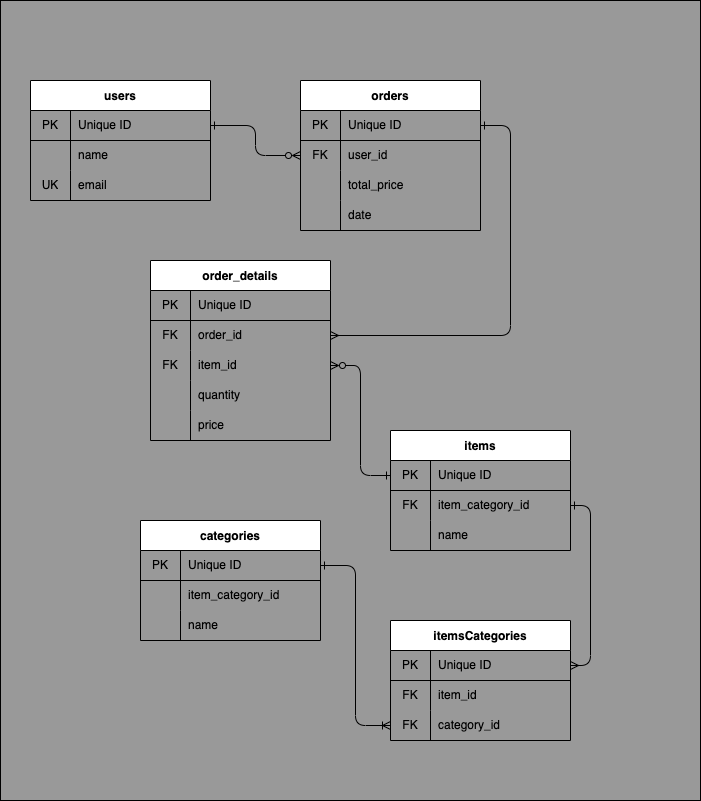
kiyotakeshi/NPlus1Sample keeps this draw.io diagram as docs/er.drawio.png. Above is the earlier version. Source tidied: cells renumbered, new cells last; positions are measured from the earlier drawing's top-left corner, leaving out a move shared by most shapes. The source it was exported from:
```xml
<mxGraphModel>
  <root>
    <mxCell id="0" />
    <mxCell id="1" parent="0" />
    <mxCell id="2" style="rounded=0;whiteSpace=wrap;html=1;fillColor=#999999;" parent="1" vertex="1">
      <mxGeometry width="700" height="800" as="geometry" />
    </mxCell>
    <mxCell id="3" value="users" style="shape=table;startSize=30;rowLines=0;fontStyle=1;align=center;" parent="1" vertex="1">
      <mxGeometry x="30" y="80" width="180" height="120" as="geometry" />
    </mxCell>
    <mxCell id="4" style="shape=partialRectangle;html=1;whiteSpace=wrap;fillColor=none;top=0;left=0;bottom=1;right=0;points=[[0,0.5],[1,0.5]];portConstraint=eastwest;" parent="3" vertex="1">
      <mxGeometry y="30" width="180" height="30" as="geometry" />
    </mxCell>
    <mxCell id="5" value="PK" style="shape=partialRectangle;html=1;whiteSpace=wrap;fillColor=none;top=0;left=0;bottom=0;right=0;overflow=hidden;" parent="4" vertex="1">
      <mxGeometry width="40" height="30" as="geometry" />
    </mxCell>
    <mxCell id="6" value="Unique ID" style="shape=partialRectangle;html=1;whiteSpace=wrap;fillColor=none;top=0;left=0;bottom=0;right=0;align=left;spacingLeft=6;overflow=hidden;" parent="4" vertex="1">
      <mxGeometry x="40" width="140" height="30" as="geometry" />
    </mxCell>
    <mxCell id="7" style="shape=partialRectangle;html=1;whiteSpace=wrap;fillColor=none;top=0;left=0;bottom=0;right=0;" parent="3" vertex="1">
      <mxGeometry y="60" width="180" height="30" as="geometry" />
    </mxCell>
    <mxCell id="8" style="shape=partialRectangle;html=1;whiteSpace=wrap;fillColor=none;top=0;left=0;bottom=0;right=0;overflow=hidden;" parent="7" vertex="1">
      <mxGeometry width="40" height="30" as="geometry" />
    </mxCell>
    <mxCell id="9" value="name" style="shape=partialRectangle;html=1;whiteSpace=wrap;fillColor=none;top=0;left=0;bottom=0;right=0;align=left;spacingLeft=6;overflow=hidden;" parent="7" vertex="1">
      <mxGeometry x="40" width="140" height="30" as="geometry" />
    </mxCell>
    <mxCell id="10" style="shape=partialRectangle;html=1;whiteSpace=wrap;fillColor=none;top=0;left=0;bottom=0;right=0;" parent="3" vertex="1">
      <mxGeometry y="90" width="180" height="30" as="geometry" />
    </mxCell>
    <mxCell id="11" value="UK" style="shape=partialRectangle;html=1;whiteSpace=wrap;fillColor=none;top=0;left=0;bottom=0;right=0;overflow=hidden;" parent="10" vertex="1">
      <mxGeometry width="40" height="30" as="geometry" />
    </mxCell>
    <mxCell id="12" value="email" style="shape=partialRectangle;html=1;whiteSpace=wrap;fillColor=none;top=0;left=0;bottom=0;right=0;align=left;spacingLeft=6;overflow=hidden;" parent="10" vertex="1">
      <mxGeometry x="40" width="140" height="30" as="geometry" />
    </mxCell>
    <mxCell id="13" value="orders" style="shape=table;startSize=30;rowLines=0;fontStyle=1;align=center;" parent="1" vertex="1">
      <mxGeometry x="300" y="80" width="180" height="150" as="geometry" />
    </mxCell>
    <mxCell id="14" style="shape=partialRectangle;html=1;whiteSpace=wrap;fillColor=none;top=0;left=0;bottom=1;right=0;points=[[0,0.5],[1,0.5]];portConstraint=eastwest;" parent="13" vertex="1">
      <mxGeometry y="30" width="180" height="30" as="geometry" />
    </mxCell>
    <mxCell id="15" value="PK" style="shape=partialRectangle;html=1;whiteSpace=wrap;fillColor=none;top=0;left=0;bottom=0;right=0;overflow=hidden;" parent="14" vertex="1">
      <mxGeometry width="40" height="30" as="geometry" />
    </mxCell>
    <mxCell id="16" value="Unique ID" style="shape=partialRectangle;html=1;whiteSpace=wrap;fillColor=none;top=0;left=0;bottom=0;right=0;align=left;spacingLeft=6;overflow=hidden;" parent="14" vertex="1">
      <mxGeometry x="40" width="140" height="30" as="geometry" />
    </mxCell>
    <mxCell id="17" style="shape=partialRectangle;html=1;whiteSpace=wrap;fillColor=none;top=0;left=0;bottom=0;right=0;points=[[0,0.5],[1,0.5]];portConstraint=eastwest;" parent="13" vertex="1">
      <mxGeometry y="60" width="180" height="30" as="geometry" />
    </mxCell>
    <mxCell id="18" value="FK" style="shape=partialRectangle;html=1;whiteSpace=wrap;fillColor=none;top=0;left=0;bottom=0;right=0;overflow=hidden;" parent="17" vertex="1">
      <mxGeometry width="40" height="30" as="geometry" />
    </mxCell>
    <mxCell id="19" value="user_id" style="shape=partialRectangle;html=1;whiteSpace=wrap;fillColor=none;top=0;left=0;bottom=0;right=0;align=left;spacingLeft=6;overflow=hidden;" parent="17" vertex="1">
      <mxGeometry x="40" width="140" height="30" as="geometry" />
    </mxCell>
    <mxCell id="20" style="shape=partialRectangle;html=1;whiteSpace=wrap;fillColor=none;top=0;left=0;bottom=0;right=0;" parent="13" vertex="1">
      <mxGeometry y="90" width="180" height="30" as="geometry" />
    </mxCell>
    <mxCell id="21" style="shape=partialRectangle;html=1;whiteSpace=wrap;fillColor=none;top=0;left=0;bottom=0;right=0;overflow=hidden;" parent="20" vertex="1">
      <mxGeometry width="40" height="30" as="geometry" />
    </mxCell>
    <mxCell id="22" value="total_price" style="shape=partialRectangle;html=1;whiteSpace=wrap;fillColor=none;top=0;left=0;bottom=0;right=0;align=left;spacingLeft=6;overflow=hidden;" parent="20" vertex="1">
      <mxGeometry x="40" width="140" height="30" as="geometry" />
    </mxCell>
    <mxCell id="23" style="shape=partialRectangle;html=1;whiteSpace=wrap;fillColor=none;top=0;left=0;bottom=0;right=0;" parent="13" vertex="1">
      <mxGeometry y="120" width="180" height="30" as="geometry" />
    </mxCell>
    <mxCell id="24" style="shape=partialRectangle;html=1;whiteSpace=wrap;fillColor=none;top=0;left=0;bottom=0;right=0;overflow=hidden;" parent="23" vertex="1">
      <mxGeometry width="40" height="30" as="geometry" />
    </mxCell>
    <mxCell id="25" value="date" style="shape=partialRectangle;html=1;whiteSpace=wrap;fillColor=none;top=0;left=0;bottom=0;right=0;align=left;spacingLeft=6;overflow=hidden;" parent="23" vertex="1">
      <mxGeometry x="40" width="140" height="30" as="geometry" />
    </mxCell>
    <mxCell id="26" value="order_details" style="shape=table;startSize=30;rowLines=0;fontStyle=1;align=center;" parent="1" vertex="1">
      <mxGeometry x="150" y="260" width="180" height="180" as="geometry" />
    </mxCell>
    <mxCell id="27" style="shape=partialRectangle;html=1;whiteSpace=wrap;fillColor=none;top=0;left=0;bottom=1;right=0;" parent="26" vertex="1">
      <mxGeometry y="30" width="180" height="30" as="geometry" />
    </mxCell>
    <mxCell id="28" value="PK" style="shape=partialRectangle;html=1;whiteSpace=wrap;fillColor=none;top=0;left=0;bottom=0;right=0;overflow=hidden;" parent="27" vertex="1">
      <mxGeometry width="40" height="30" as="geometry" />
    </mxCell>
    <mxCell id="29" value="Unique ID" style="shape=partialRectangle;html=1;whiteSpace=wrap;fillColor=none;top=0;left=0;bottom=0;right=0;align=left;spacingLeft=6;overflow=hidden;" parent="27" vertex="1">
      <mxGeometry x="40" width="140" height="30" as="geometry" />
    </mxCell>
    <mxCell id="30" style="shape=partialRectangle;html=1;whiteSpace=wrap;fillColor=none;top=0;left=0;bottom=0;right=0;points=[[0,0.5],[1,0.5]];portConstraint=eastwest;" parent="26" vertex="1">
      <mxGeometry y="60" width="180" height="30" as="geometry" />
    </mxCell>
    <mxCell id="31" value="FK" style="shape=partialRectangle;html=1;whiteSpace=wrap;fillColor=none;top=0;left=0;bottom=0;right=0;overflow=hidden;" parent="30" vertex="1">
      <mxGeometry width="40" height="30" as="geometry" />
    </mxCell>
    <mxCell id="32" value="order_id" style="shape=partialRectangle;html=1;whiteSpace=wrap;fillColor=none;top=0;left=0;bottom=0;right=0;align=left;spacingLeft=6;overflow=hidden;" parent="30" vertex="1">
      <mxGeometry x="40" width="140" height="30" as="geometry" />
    </mxCell>
    <mxCell id="33" style="shape=partialRectangle;html=1;whiteSpace=wrap;fillColor=none;top=0;left=0;bottom=0;right=0;points=[[0,0.5],[1,0.5]];portConstraint=eastwest;" parent="26" vertex="1">
      <mxGeometry y="90" width="180" height="30" as="geometry" />
    </mxCell>
    <mxCell id="34" value="FK" style="shape=partialRectangle;html=1;whiteSpace=wrap;fillColor=none;top=0;left=0;bottom=0;right=0;overflow=hidden;" parent="33" vertex="1">
      <mxGeometry width="40" height="30" as="geometry" />
    </mxCell>
    <mxCell id="35" value="item_id" style="shape=partialRectangle;html=1;whiteSpace=wrap;fillColor=none;top=0;left=0;bottom=0;right=0;align=left;spacingLeft=6;overflow=hidden;" parent="33" vertex="1">
      <mxGeometry x="40" width="140" height="30" as="geometry" />
    </mxCell>
    <mxCell id="36" style="shape=partialRectangle;html=1;whiteSpace=wrap;fillColor=none;top=0;left=0;bottom=0;right=0;" parent="26" vertex="1">
      <mxGeometry y="120" width="180" height="30" as="geometry" />
    </mxCell>
    <mxCell id="37" style="shape=partialRectangle;html=1;whiteSpace=wrap;fillColor=none;top=0;left=0;bottom=0;right=0;overflow=hidden;" parent="36" vertex="1">
      <mxGeometry width="40" height="30" as="geometry" />
    </mxCell>
    <mxCell id="38" value="quantity" style="shape=partialRectangle;html=1;whiteSpace=wrap;fillColor=none;top=0;left=0;bottom=0;right=0;align=left;spacingLeft=6;overflow=hidden;" parent="36" vertex="1">
      <mxGeometry x="40" width="140" height="30" as="geometry" />
    </mxCell>
    <mxCell id="39" style="shape=partialRectangle;html=1;whiteSpace=wrap;fillColor=none;top=0;left=0;bottom=0;right=0;" parent="26" vertex="1">
      <mxGeometry y="150" width="180" height="30" as="geometry" />
    </mxCell>
    <mxCell id="40" style="shape=partialRectangle;html=1;whiteSpace=wrap;fillColor=none;top=0;left=0;bottom=0;right=0;overflow=hidden;" parent="39" vertex="1">
      <mxGeometry width="40" height="30" as="geometry" />
    </mxCell>
    <mxCell id="41" value="price" style="shape=partialRectangle;html=1;whiteSpace=wrap;fillColor=none;top=0;left=0;bottom=0;right=0;align=left;spacingLeft=6;overflow=hidden;" parent="39" vertex="1">
      <mxGeometry x="40" width="140" height="30" as="geometry" />
    </mxCell>
    <mxCell id="42" value="items" style="shape=table;startSize=30;rowLines=0;fontStyle=1;align=center;" parent="1" vertex="1">
      <mxGeometry x="390" y="430" width="180" height="120" as="geometry" />
    </mxCell>
    <mxCell id="43" style="shape=partialRectangle;html=1;whiteSpace=wrap;fillColor=none;top=0;left=0;bottom=1;right=0;points=[[0,0.5],[1,0.5]];portConstraint=eastwest;" parent="42" vertex="1">
      <mxGeometry y="30" width="180" height="30" as="geometry" />
    </mxCell>
    <mxCell id="44" value="PK" style="shape=partialRectangle;html=1;whiteSpace=wrap;fillColor=none;top=0;left=0;bottom=0;right=0;overflow=hidden;" parent="43" vertex="1">
      <mxGeometry width="40" height="30" as="geometry" />
    </mxCell>
    <mxCell id="45" value="Unique ID" style="shape=partialRectangle;html=1;whiteSpace=wrap;fillColor=none;top=0;left=0;bottom=0;right=0;align=left;spacingLeft=6;overflow=hidden;" parent="43" vertex="1">
      <mxGeometry x="40" width="140" height="30" as="geometry" />
    </mxCell>
    <mxCell id="46" style="shape=partialRectangle;html=1;whiteSpace=wrap;fillColor=none;top=0;left=0;bottom=0;right=0;points=[[0,0.5],[1,0.5]];portConstraint=eastwest;" parent="42" vertex="1">
      <mxGeometry y="60" width="180" height="30" as="geometry" />
    </mxCell>
    <mxCell id="47" value="FK" style="shape=partialRectangle;html=1;whiteSpace=wrap;fillColor=none;top=0;left=0;bottom=0;right=0;overflow=hidden;" parent="46" vertex="1">
      <mxGeometry width="40" height="30" as="geometry" />
    </mxCell>
    <mxCell id="48" value="item_category_id" style="shape=partialRectangle;html=1;whiteSpace=wrap;fillColor=none;top=0;left=0;bottom=0;right=0;align=left;spacingLeft=6;overflow=hidden;" parent="46" vertex="1">
      <mxGeometry x="40" width="140" height="30" as="geometry" />
    </mxCell>
    <mxCell id="49" style="shape=partialRectangle;html=1;whiteSpace=wrap;fillColor=none;top=0;left=0;bottom=0;right=0;" parent="42" vertex="1">
      <mxGeometry y="90" width="180" height="30" as="geometry" />
    </mxCell>
    <mxCell id="50" style="shape=partialRectangle;html=1;whiteSpace=wrap;fillColor=none;top=0;left=0;bottom=0;right=0;overflow=hidden;" parent="49" vertex="1">
      <mxGeometry width="40" height="30" as="geometry" />
    </mxCell>
    <mxCell id="51" value="name" style="shape=partialRectangle;html=1;whiteSpace=wrap;fillColor=none;top=0;left=0;bottom=0;right=0;align=left;spacingLeft=6;overflow=hidden;" parent="49" vertex="1">
      <mxGeometry x="40" width="140" height="30" as="geometry" />
    </mxCell>
    <mxCell id="52" style="edgeStyle=orthogonalEdgeStyle;html=1;exitX=1;exitY=0.5;exitDx=0;exitDy=0;entryX=0;entryY=0.5;entryDx=0;entryDy=0;startArrow=ERzeroToMany;startFill=0;endArrow=ERone;endFill=0;" parent="1" edge="1" source="33" target="43">
      <mxGeometry relative="1" as="geometry" />
    </mxCell>
    <mxCell id="53" style="edgeStyle=orthogonalEdgeStyle;html=1;exitX=1;exitY=0.5;exitDx=0;exitDy=0;entryX=0;entryY=0.5;entryDx=0;entryDy=0;startArrow=ERone;startFill=0;endArrow=ERzeroToMany;endFill=0;" parent="1" edge="1" source="4" target="17">
      <mxGeometry relative="1" as="geometry" />
    </mxCell>
    <mxCell id="54" style="edgeStyle=orthogonalEdgeStyle;html=1;exitX=1;exitY=0.5;exitDx=0;exitDy=0;entryX=1;entryY=0.5;entryDx=0;entryDy=0;startArrow=ERone;startFill=0;endArrow=ERmany;endFill=0;" parent="1" edge="1" source="14" target="30">
      <mxGeometry relative="1" as="geometry">
        <Array as="points">
          <mxPoint x="510" y="125" />
          <mxPoint x="510" y="335" />
        </Array>
      </mxGeometry>
    </mxCell>
    <mxCell id="55" value="categories" style="shape=table;startSize=30;rowLines=0;fontStyle=1;align=center;" parent="1" vertex="1">
      <mxGeometry x="140" y="520" width="180" height="120" as="geometry" />
    </mxCell>
    <mxCell id="56" style="shape=partialRectangle;html=1;whiteSpace=wrap;fillColor=none;top=0;left=0;bottom=1;right=0;points=[[0,0.5],[1,0.5]];portConstraint=eastwest;" parent="55" vertex="1">
      <mxGeometry y="30" width="180" height="30" as="geometry" />
    </mxCell>
    <mxCell id="57" value="PK" style="shape=partialRectangle;html=1;whiteSpace=wrap;fillColor=none;top=0;left=0;bottom=0;right=0;overflow=hidden;" parent="56" vertex="1">
      <mxGeometry width="40" height="30" as="geometry" />
    </mxCell>
    <mxCell id="58" value="Unique ID" style="shape=partialRectangle;html=1;whiteSpace=wrap;fillColor=none;top=0;left=0;bottom=0;right=0;align=left;spacingLeft=6;overflow=hidden;" parent="56" vertex="1">
      <mxGeometry x="40" width="140" height="30" as="geometry" />
    </mxCell>
    <mxCell id="59" style="shape=partialRectangle;html=1;whiteSpace=wrap;fillColor=none;top=0;left=0;bottom=0;right=0;" parent="55" vertex="1">
      <mxGeometry y="60" width="180" height="30" as="geometry" />
    </mxCell>
    <mxCell id="60" style="shape=partialRectangle;html=1;whiteSpace=wrap;fillColor=none;top=0;left=0;bottom=0;right=0;overflow=hidden;" parent="59" vertex="1">
      <mxGeometry width="40" height="30" as="geometry" />
    </mxCell>
    <mxCell id="61" value="item_category_id" style="shape=partialRectangle;html=1;whiteSpace=wrap;fillColor=none;top=0;left=0;bottom=0;right=0;align=left;spacingLeft=6;overflow=hidden;" parent="59" vertex="1">
      <mxGeometry x="40" width="140" height="30" as="geometry" />
    </mxCell>
    <mxCell id="62" style="shape=partialRectangle;html=1;whiteSpace=wrap;fillColor=none;top=0;left=0;bottom=0;right=0;" parent="55" vertex="1">
      <mxGeometry y="90" width="180" height="30" as="geometry" />
    </mxCell>
    <mxCell id="63" style="shape=partialRectangle;html=1;whiteSpace=wrap;fillColor=none;top=0;left=0;bottom=0;right=0;overflow=hidden;" parent="62" vertex="1">
      <mxGeometry width="40" height="30" as="geometry" />
    </mxCell>
    <mxCell id="64" value="name" style="shape=partialRectangle;html=1;whiteSpace=wrap;fillColor=none;top=0;left=0;bottom=0;right=0;align=left;spacingLeft=6;overflow=hidden;" parent="62" vertex="1">
      <mxGeometry x="40" width="140" height="30" as="geometry" />
    </mxCell>
    <mxCell id="65" style="edgeStyle=orthogonalEdgeStyle;html=1;exitX=1;exitY=0.5;exitDx=0;exitDy=0;entryX=1;entryY=0.5;entryDx=0;entryDy=0;startArrow=ERone;startFill=0;endArrow=ERmany;endFill=0;" parent="1" edge="1" source="46" target="67">
      <mxGeometry relative="1" as="geometry">
        <Array as="points">
          <mxPoint x="590" y="505" />
          <mxPoint x="590" y="665" />
        </Array>
      </mxGeometry>
    </mxCell>
    <mxCell id="66" value="itemsCategories" style="shape=table;startSize=30;rowLines=0;fontStyle=1;align=center;" parent="1" vertex="1">
      <mxGeometry x="390" y="620" width="180" height="120" as="geometry" />
    </mxCell>
    <mxCell id="67" style="shape=partialRectangle;html=1;whiteSpace=wrap;fillColor=none;top=0;left=0;bottom=1;right=0;points=[[0,0.5],[1,0.5]];portConstraint=eastwest;" parent="66" vertex="1">
      <mxGeometry y="30" width="180" height="30" as="geometry" />
    </mxCell>
    <mxCell id="68" value="PK" style="shape=partialRectangle;html=1;whiteSpace=wrap;fillColor=none;top=0;left=0;bottom=0;right=0;overflow=hidden;" parent="67" vertex="1">
      <mxGeometry width="40" height="30" as="geometry" />
    </mxCell>
    <mxCell id="69" value="Unique ID" style="shape=partialRectangle;html=1;whiteSpace=wrap;fillColor=none;top=0;left=0;bottom=0;right=0;align=left;spacingLeft=6;overflow=hidden;" parent="67" vertex="1">
      <mxGeometry x="40" width="140" height="30" as="geometry" />
    </mxCell>
    <mxCell id="70" style="shape=partialRectangle;html=1;whiteSpace=wrap;fillColor=none;top=0;left=0;bottom=0;right=0;" parent="66" vertex="1">
      <mxGeometry y="60" width="180" height="30" as="geometry" />
    </mxCell>
    <mxCell id="71" value="FK" style="shape=partialRectangle;html=1;whiteSpace=wrap;fillColor=none;top=0;left=0;bottom=0;right=0;overflow=hidden;" parent="70" vertex="1">
      <mxGeometry width="40" height="30" as="geometry" />
    </mxCell>
    <mxCell id="72" value="item_id" style="shape=partialRectangle;html=1;whiteSpace=wrap;fillColor=none;top=0;left=0;bottom=0;right=0;align=left;spacingLeft=6;overflow=hidden;" parent="70" vertex="1">
      <mxGeometry x="40" width="140" height="30" as="geometry" />
    </mxCell>
    <mxCell id="73" style="shape=partialRectangle;html=1;whiteSpace=wrap;fillColor=none;top=0;left=0;bottom=0;right=0;points=[[0,0.5],[1,0.5]];portConstraint=eastwest;" parent="66" vertex="1">
      <mxGeometry y="90" width="180" height="30" as="geometry" />
    </mxCell>
    <mxCell id="74" value="FK" style="shape=partialRectangle;html=1;whiteSpace=wrap;fillColor=none;top=0;left=0;bottom=0;right=0;overflow=hidden;" parent="73" vertex="1">
      <mxGeometry width="40" height="30" as="geometry" />
    </mxCell>
    <mxCell id="75" value="category_id" style="shape=partialRectangle;html=1;whiteSpace=wrap;fillColor=none;top=0;left=0;bottom=0;right=0;align=left;spacingLeft=6;overflow=hidden;" parent="73" vertex="1">
      <mxGeometry x="40" width="140" height="30" as="geometry" />
    </mxCell>
    <mxCell id="76" style="edgeStyle=orthogonalEdgeStyle;html=1;exitX=1;exitY=0.5;exitDx=0;exitDy=0;entryX=0;entryY=0.5;entryDx=0;entryDy=0;endArrow=ERoneToMany;endFill=0;startArrow=ERone;startFill=0;" parent="1" edge="1" source="56" target="73">
      <mxGeometry relative="1" as="geometry" />
    </mxCell>
  </root>
</mxGraphModel>
```
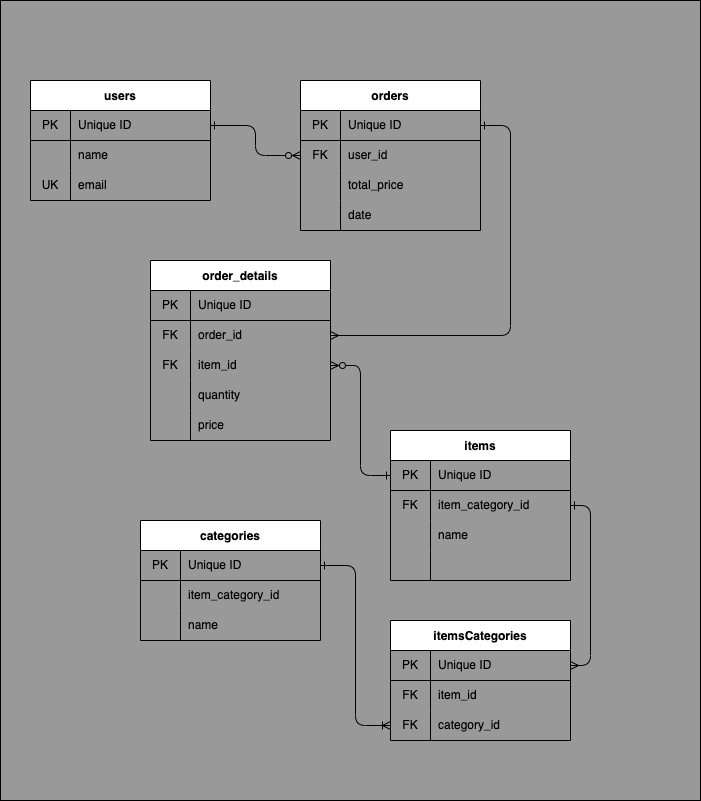
After the change.

Diff of the diagram source:
```diff
@@ -123,7 +123,7 @@
       <mxGeometry x="40" width="140" height="30" as="geometry" />
     </mxCell>
     <mxCell id="42" value="items" style="shape=table;startSize=30;rowLines=0;fontStyle=1;align=center;" parent="1" vertex="1">
-      <mxGeometry x="390" y="430" width="180" height="120" as="geometry" />
+      <mxGeometry x="390" y="430" width="180" height="150" as="geometry" />
     </mxCell>
     <mxCell id="43" style="shape=partialRectangle;html=1;whiteSpace=wrap;fillColor=none;top=0;left=0;bottom=1;right=0;points=[[0,0.5],[1,0.5]];portConstraint=eastwest;" parent="42" vertex="1">
       <mxGeometry y="30" width="180" height="30" as="geometry" />
@@ -152,6 +152,15 @@
     <mxCell id="51" value="name" style="shape=partialRectangle;html=1;whiteSpace=wrap;fillColor=none;top=0;left=0;bottom=0;right=0;align=left;spacingLeft=6;overflow=hidden;" parent="49" vertex="1">
       <mxGeometry x="40" width="140" height="30" as="geometry" />
     </mxCell>
+    <mxCell id="77" style="shape=partialRectangle;html=1;whiteSpace=wrap;fillColor=none;top=0;left=0;bottom=0;right=0;" parent="42" vertex="1">
+      <mxGeometry y="120" width="180" height="30" as="geometry" />
+    </mxCell>
+    <mxCell id="78" style="shape=partialRectangle;html=1;whiteSpace=wrap;fillColor=none;top=0;left=0;bottom=0;right=0;overflow=hidden;" parent="77" vertex="1">
+      <mxGeometry width="40" height="30" as="geometry" />
+    </mxCell>
+    <mxCell id="79" style="shape=partialRectangle;html=1;whiteSpace=wrap;fillColor=none;top=0;left=0;bottom=0;right=0;align=left;spacingLeft=6;overflow=hidden;" parent="77" vertex="1">
+      <mxGeometry x="40" width="140" height="30" as="geometry" />
+    </mxCell>
     <mxCell id="52" style="edgeStyle=orthogonalEdgeStyle;html=1;exitX=1;exitY=0.5;exitDx=0;exitDy=0;entryX=0;entryY=0.5;entryDx=0;entryDy=0;startArrow=ERzeroToMany;startFill=0;endArrow=ERone;endFill=0;" parent="1" edge="1" source="33" target="43">
       <mxGeometry relative="1" as="geometry" />
     </mxCell>
```
